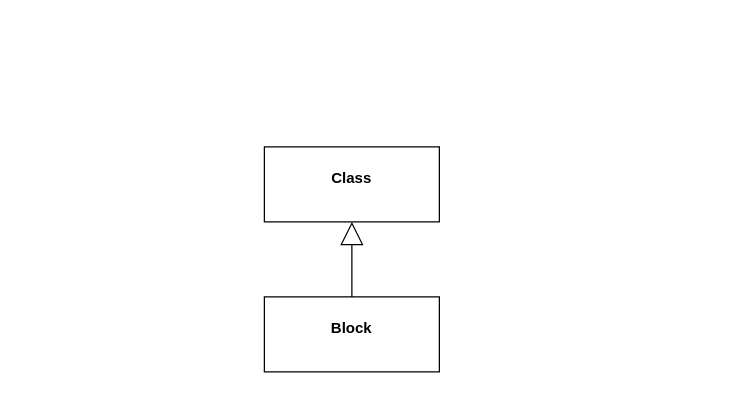
happinessandlove/Pic keeps this draw.io diagram as drawio/S2SFM Profile.drawio. Above is the earlier version. Source tidied: cells renumbered, new cells numbered last; positions are measured from the earlier drawing's top-left corner, leaving out a move shared by most shapes. Both pictures are drawn from the tidied source at 125%, with x=0, y=0 at pixel (264, 146).
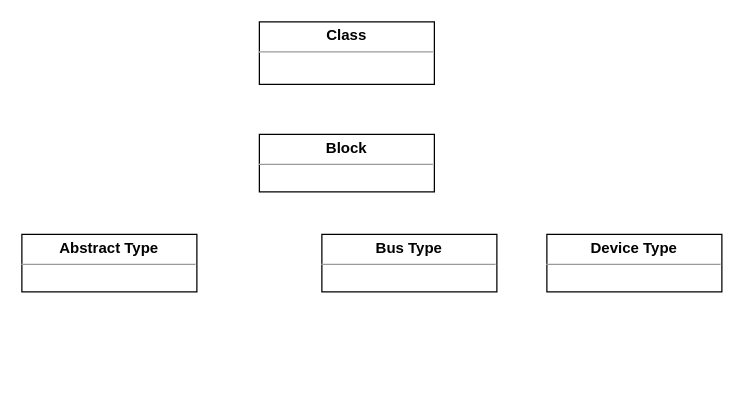
The same page after the edit.

The edit, as a diff of the source:
```diff
@@
 <mxGraphModel>
   <root>
     <mxCell id="0" />
     <mxCell id="1" parent="0" />
-    <mxCell id="2" value="&lt;p style=&quot;margin: 0px ; margin-top: 4px ; text-align: center&quot;&gt;&lt;br&gt;&lt;b&gt;Class&lt;/b&gt;&lt;/p&gt;" style="verticalAlign=top;align=left;overflow=fill;fontSize=12;fontFamily=Helvetica;html=1;" parent="1" vertex="1">
-      <mxGeometry width="140" height="60" as="geometry" />
+    <mxCell id="2" value="&lt;p style=&quot;margin: 0px ; margin-top: 4px ; text-align: center&quot;&gt;&lt;b&gt;Class&lt;/b&gt;&lt;/p&gt;&lt;hr size=&quot;1&quot;&gt;&lt;div style=&quot;height: 2px&quot;&gt;&lt;/div&gt;" style="verticalAlign=top;align=left;overflow=fill;fontSize=12;fontFamily=Helvetica;html=1;" parent="1" vertex="1">
+      <mxGeometry x="-4" y="-100" width="140" height="50" as="geometry" />
     </mxCell>
-    <mxCell id="3" value="&lt;p style=&quot;margin: 0px ; margin-top: 4px ; text-align: center&quot;&gt;&lt;br&gt;&lt;b&gt;Block&lt;/b&gt;&lt;/p&gt;" style="verticalAlign=top;align=left;overflow=fill;fontSize=12;fontFamily=Helvetica;html=1;" parent="1" vertex="1">
-      <mxGeometry y="120" width="140" height="60" as="geometry" />
+    <mxCell id="3" value="&lt;p style=&quot;margin: 0px ; margin-top: 4px ; text-align: center&quot;&gt;&lt;b&gt;Block&lt;/b&gt;&lt;/p&gt;&lt;hr size=&quot;1&quot;&gt;&lt;div style=&quot;height: 2px&quot;&gt;&lt;/div&gt;" style="verticalAlign=top;align=left;overflow=fill;fontSize=12;fontFamily=Helvetica;html=1;" parent="1" vertex="1">
+      <mxGeometry x="-4" y="-10" width="140" height="46" as="geometry" />
     </mxCell>
-    <mxCell id="4" style="endArrow=block;endSize=16;endFill=0;rounded=0;entryX=0.5;entryY=1;entryDx=0;entryDy=0;exitX=0.5;exitY=0;exitDx=0;exitDy=0;html=1;" parent="1" edge="1" source="3" target="2">
-      <mxGeometry relative="1" as="geometry" />
-    </mxCell>
+    <mxCell id="5" value="&lt;p style=&quot;margin: 0px ; margin-top: 4px ; text-align: center&quot;&gt;&lt;b&gt;Abstract Type&lt;/b&gt;&lt;/p&gt;&lt;hr size=&quot;1&quot;&gt;&lt;div style=&quot;height: 2px&quot;&gt;&lt;/div&gt;" style="verticalAlign=top;align=left;overflow=fill;fontSize=12;fontFamily=Helvetica;html=1;" parent="1" vertex="1">
+      <mxGeometry x="-194" y="70" width="140" height="46" as="geometry" />
+    </mxCell>
+    <mxCell id="6" value="&lt;p style=&quot;margin: 0px ; margin-top: 4px ; text-align: center&quot;&gt;&lt;b&gt;Bus Type&lt;/b&gt;&lt;/p&gt;&lt;hr size=&quot;1&quot;&gt;&lt;div style=&quot;height: 2px&quot;&gt;&lt;/div&gt;" style="verticalAlign=top;align=left;overflow=fill;fontSize=12;fontFamily=Helvetica;html=1;" parent="1" vertex="1">
+      <mxGeometry x="46" y="70" width="140" height="46" as="geometry" />
+    </mxCell>
+    <mxCell id="7" value="&lt;p style=&quot;margin: 0px ; margin-top: 4px ; text-align: center&quot;&gt;&lt;b&gt;Device Type&lt;/b&gt;&lt;/p&gt;&lt;hr size=&quot;1&quot;&gt;&lt;div style=&quot;height: 2px&quot;&gt;&lt;/div&gt;" style="verticalAlign=top;align=left;overflow=fill;fontSize=12;fontFamily=Helvetica;html=1;" parent="1" vertex="1">
+      <mxGeometry x="226" y="70" width="140" height="46" as="geometry" />
+    </mxCell>
   </root>
 </mxGraphModel>
```
